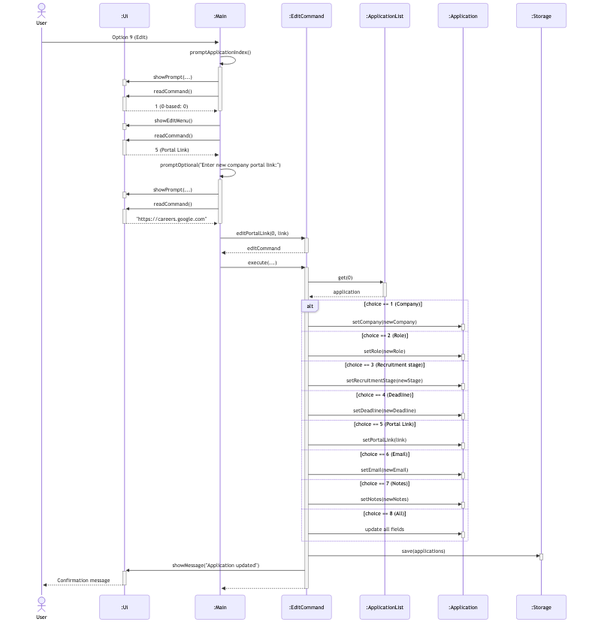
Above: docs/diagrams/edit-application-sequence.png in AY2627S1-CS2113-T10-2/tp (Mermaid), before the change. Its source is kept beside it as docs/diagrams/sources/edit-application-sequence.mmd.
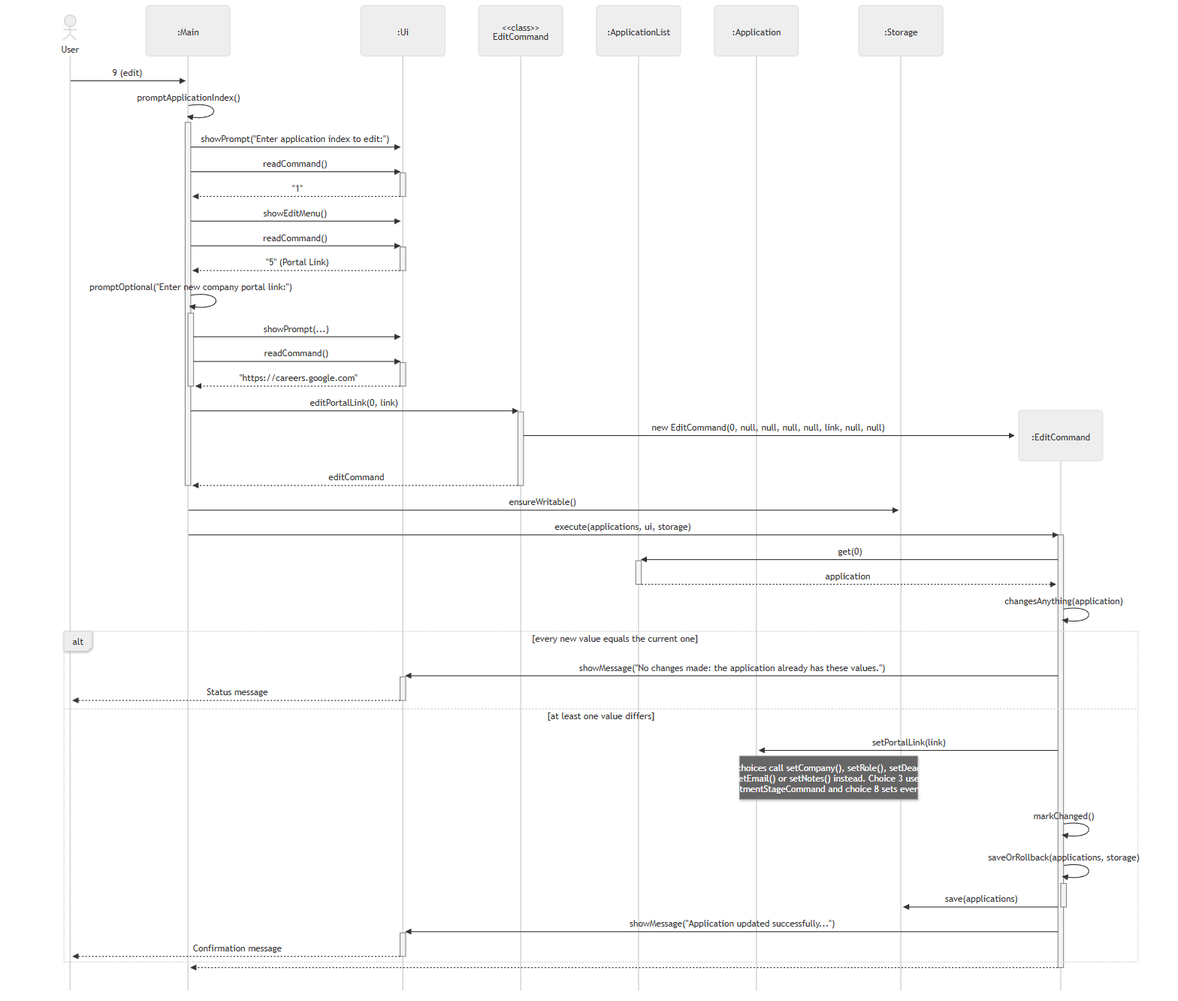
After the commit.

Diff of the diagram source:
```diff
@@ -1,94 +1,67 @@
-%%{init: {'theme': 'default', 'sequence': {'actorMargin': 85, 'messageMargin': 45}}}%%
-%%{init: {'theme': 'default', 'sequence': {'actorMargin': 85, 'messageMargin': 45}}}%%
-%%{init: {'theme': 'default', 'sequence': {'actorMargin': 85, 'messageMargin': 45}}}%%
+%%{init: {'theme': 'neutral', 'sequence': {'mirrorActors': false, 'actorMargin': 60, 'messageMargin': 28}}}%%
 sequenceDiagram
     actor user as User
+    participant main as :Main
     participant ui as :Ui
-    participant main as :Main
-    participant cmd as :EditCommand
+    participant ecls as <<class>><br/>EditCommand
     participant list as :ApplicationList
     participant app as :Application
     participant storage as :Storage
 
-    user->>main: Option 9 (Edit)
+    user->>main: 9 (edit)
     main->>main: promptApplicationIndex()
     activate main
-    main->>ui: showPrompt(...)
-    activate ui
-    deactivate ui
+    main->>ui: showPrompt("Enter application index to edit:")
     main->>ui: readCommand()
     activate ui
-    ui-->>main: 1 (0-based: 0)
+    ui-->>main: "1"
     deactivate ui
-    deactivate main
     main->>ui: showEditMenu()
-    activate ui
-    deactivate ui
     main->>ui: readCommand()
     activate ui
-    ui-->>main: 5 (Portal Link)
+    ui-->>main: "5" (Portal Link)
     deactivate ui
     main->>main: promptOptional("Enter new company portal link:")
     activate main
     main->>ui: showPrompt(...)
-    activate ui
-    deactivate ui
     main->>ui: readCommand()
     activate ui
     ui-->>main: "https://careers.google.com"
     deactivate ui
     deactivate main
-    main->>cmd: editPortalLink(0, link)
-    activate cmd
-    cmd-->>main: editCommand
-    deactivate cmd
-    main->>cmd: execute(...)
+    main->>ecls: editPortalLink(0, link)
+    activate ecls
+    create participant cmd as :EditCommand
+    ecls->>cmd: new EditCommand(0, null, null, null, null, link, null, null)
+    ecls-->>main: editCommand
+    deactivate ecls
+    deactivate main
+    main->>storage: ensureWritable()
+    main->>cmd: execute(applications, ui, storage)
     activate cmd
     cmd->>list: get(0)
     activate list
     list-->>cmd: application
     deactivate list
+    cmd->>cmd: changesAnything(application)
 
-    alt choice == 1 (Company)
-        cmd->>app: setCompany(newCompany)
-        activate app
-        deactivate app
-    else choice == 2 (Role)
-        cmd->>app: setRole(newRole)
-        activate app
-        deactivate app
-    else choice == 3 (Recruitment stage)
-        cmd->>app: setRecruitmentStage(newStage)
-        activate app
-        deactivate app
-    else choice == 4 (Deadline)
-        cmd->>app: setDeadline(newDeadline)
-        activate app
-        deactivate app
-    else choice == 5 (Portal Link)
+    alt every new value equals the current one
+        cmd->>ui: showMessage("No changes made: the application already has these values.")
+        activate ui
+        ui-->>user: Status message
+        deactivate ui
+    else at least one value differs
         cmd->>app: setPortalLink(link)
-        activate app
-        deactivate app
-    else choice == 6 (Email)
-        cmd->>app: setEmail(newEmail)
-        activate app
-        deactivate app
-    else choice == 7 (Notes)
-        cmd->>app: setNotes(newNotes)
-        activate app
-        deactivate app
-    else choice == 8 (All)
-        cmd->>app: update all fields
-        activate app
-        deactivate app
+        Note over app,storage: Other choices call setCompany(), setRole(), setDeadline(),<br/>setEmail() or setNotes() instead. Choice 3 uses<br/>RecruitmentStageCommand and choice 8 sets every field
+        cmd->>cmd: markChanged()
+        cmd->>cmd: saveOrRollback(applications, storage)
+        activate cmd
+        cmd->>storage: save(applications)
+        deactivate cmd
+        cmd->>ui: showMessage("Application updated successfully...")
+        activate ui
+        ui-->>user: Confirmation message
+        deactivate ui
     end
-
-    cmd->>storage: save(applications)
-    activate storage
-    deactivate storage
-    cmd->>ui: showMessage("Application updated")
-    activate ui
-    ui-->>user: Confirmation message
-    deactivate ui
     cmd-->>main:
     deactivate cmd
```
